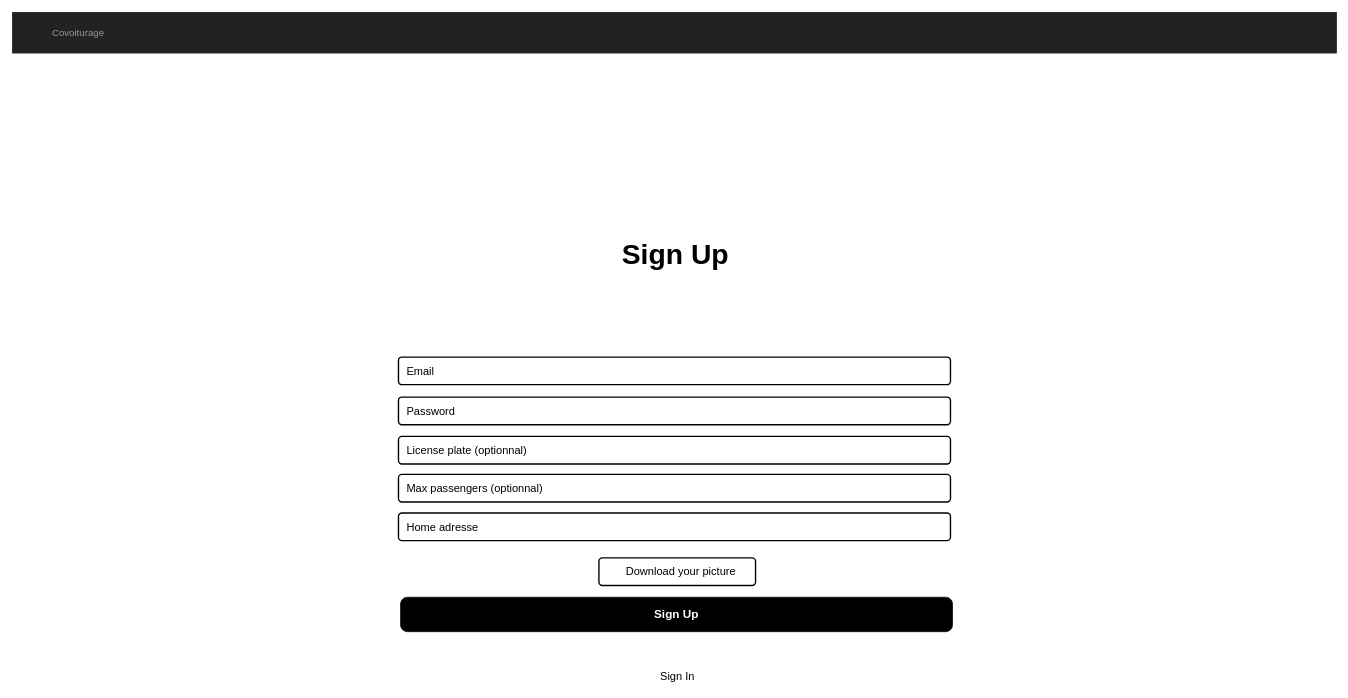
Before: page "Sign Up" (2 of 6) of mockup.drawio in jmimassi/Carpooling, a draw.io diagram. Source tidied: cells renumbered, new cells numbered last; positions are measured from the earlier drawing's top-left corner, leaving out a move shared by most shapes. Both pictures are drawn from the tidied source at 69%, with x=0, y=0 at pixel (12, 12).
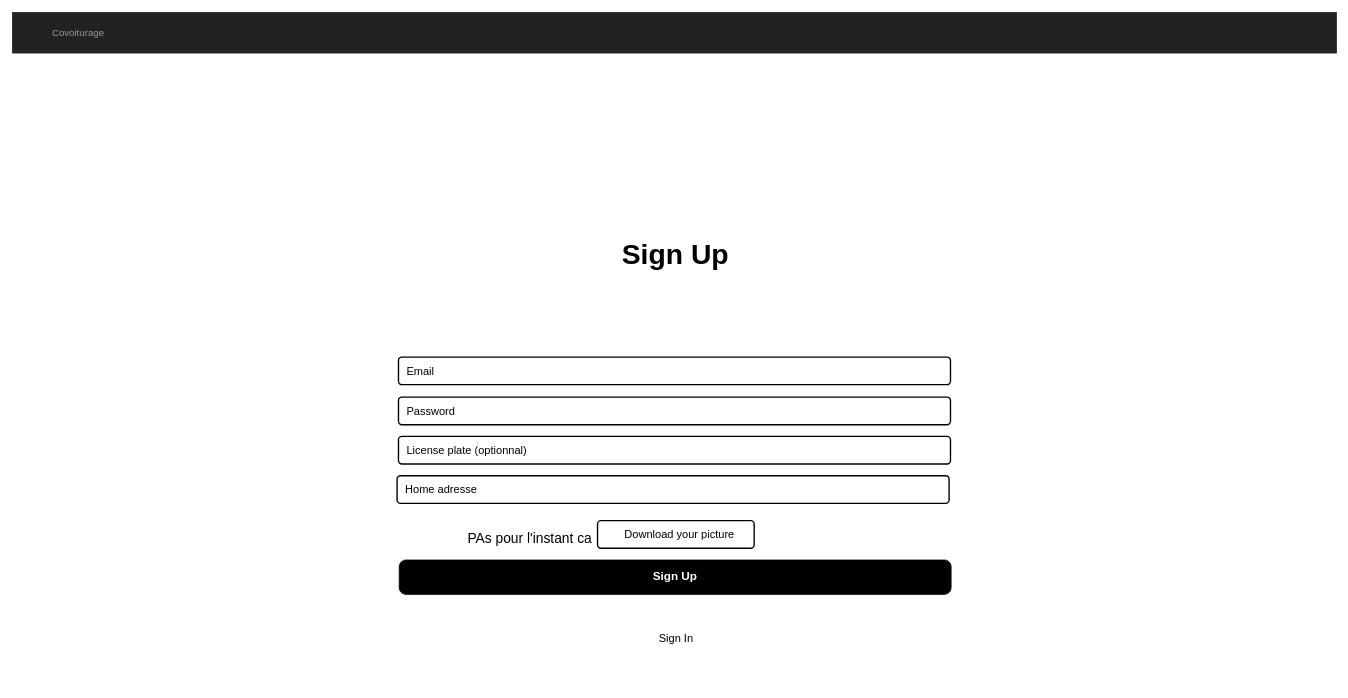
The same diagram, later.

Diff of the diagram source:
```diff
@@
 <mxGraphModel>
   <root>
     <mxCell id="0" />
     <mxCell id="1" parent="0" />
     <mxCell id="2" value="Email" style="html=1;shadow=0;dashed=0;shape=mxgraph.bootstrap.rrect;rSize=5;strokeColor=#000000;align=left;spacingLeft=10;fontSize=16;whiteSpace=wrap;rounded=0;strokeWidth=2;" parent="1" vertex="1">
       <mxGeometry x="560" y="500" width="800" height="40" as="geometry" />
     </mxCell>
     <mxCell id="3" value="Password" style="html=1;shadow=0;dashed=0;shape=mxgraph.bootstrap.rrect;rSize=5;strokeColor=#000000;align=left;spacingLeft=10;fontSize=16;whiteSpace=wrap;rounded=0;strokeWidth=2;" parent="1" vertex="1">
       <mxGeometry x="560" y="558" width="800" height="40" as="geometry" />
     </mxCell>
     <mxCell id="4" value="&lt;font color=&quot;#ffffff&quot;&gt;Sign Up&lt;/font&gt;" style="strokeWidth=1;shadow=0;dashed=0;align=center;html=1;shape=mxgraph.mockup.buttons.button;mainText=;buttonStyle=round;fontSize=17;fontStyle=1;whiteSpace=wrap;fillColor=#000000;" parent="1" vertex="1">
-      <mxGeometry x="563" y="848" width="800" height="50" as="geometry" />
+      <mxGeometry x="561" y="794" width="800" height="50" as="geometry" />
     </mxCell>
     <mxCell id="5" style="html=1;shadow=0;dashed=0;shape=mxgraph.bootstrap.rect;fillColor=#222222;strokeColor=none;whiteSpace=wrap;rounded=0;fontSize=12;fontColor=#000000;align=center;" parent="1" vertex="1">
       <mxGeometry width="1920" height="60" as="geometry" />
     </mxCell>
     <mxCell id="6" value="Covoiturage" style="html=1;shadow=0;dashed=0;fillColor=none;strokeColor=none;shape=mxgraph.bootstrap.rect;fontColor=#999999;fontSize=14;whiteSpace=wrap;" parent="5" vertex="1">
       <mxGeometry width="192" height="60" as="geometry" />
     </mxCell>
     <mxCell id="7" value="&lt;font style=&quot;font-size: 16px;&quot; color=&quot;#000000&quot;&gt;Sign In&lt;/font&gt;" style="text;html=1;align=center;verticalAlign=middle;strokeColor=none;fillColor=none;fontColor=#FFFFFF;" parent="1" vertex="1">
-      <mxGeometry x="930" y="946" width="68" height="31" as="geometry" />
+      <mxGeometry x="928" y="892" width="68" height="31" as="geometry" />
     </mxCell>
     <mxCell id="8" value="&lt;h2&gt;&lt;span style=&quot;font-size: 41px;&quot;&gt;Sign Up&lt;/span&gt;&lt;/h2&gt;" style="text;html=1;align=center;verticalAlign=middle;strokeColor=none;fillColor=none;fontSize=16;fontColor=#000000;" parent="1" vertex="1">
       <mxGeometry x="874" y="300" width="173" height="101" as="geometry" />
     </mxCell>
     <mxCell id="9" value="License plate (optionnal)" style="html=1;shadow=0;dashed=0;shape=mxgraph.bootstrap.rrect;rSize=5;strokeColor=#000000;align=left;spacingLeft=10;fontSize=16;whiteSpace=wrap;rounded=0;strokeWidth=2;" parent="1" vertex="1">
       <mxGeometry x="560" y="615" width="800" height="40" as="geometry" />
     </mxCell>
     <mxCell id="10" value="Home adresse" style="html=1;shadow=0;dashed=0;shape=mxgraph.bootstrap.rrect;rSize=5;strokeColor=#000000;align=left;spacingLeft=10;fontSize=16;whiteSpace=wrap;rounded=0;strokeWidth=2;" parent="1" vertex="1">
-      <mxGeometry x="560" y="726" width="800" height="40" as="geometry" />
+      <mxGeometry x="558" y="672" width="800" height="40" as="geometry" />
     </mxCell>
-    <mxCell id="11" value="Max passengers (optionnal)" style="html=1;shadow=0;dashed=0;shape=mxgraph.bootstrap.rrect;rSize=5;strokeColor=#000000;align=left;spacingLeft=10;fontSize=16;whiteSpace=wrap;rounded=0;strokeWidth=2;" parent="1" vertex="1">
-      <mxGeometry x="560" y="670" width="800" height="40" as="geometry" />
-    </mxCell>
     <mxCell id="12" value="Download your picture" style="html=1;shadow=0;dashed=0;shape=mxgraph.bootstrap.rrect;rSize=5;strokeColor=#000000;align=center;spacingLeft=10;fontSize=16;whiteSpace=wrap;rounded=0;strokeWidth=2;" parent="1" vertex="1">
-      <mxGeometry x="850.5" y="791" width="227" height="40" as="geometry" />
+      <mxGeometry x="848.5" y="737" width="227" height="40" as="geometry" />
     </mxCell>
+    <mxCell id="13" value="&lt;font style=&quot;font-size: 20px&quot;&gt;PAs pour l'instant ca&lt;/font&gt;" style="text;html=1;align=center;verticalAlign=middle;" parent="1" vertex="1">
+      <mxGeometry x="655" y="751" width="190" height="21" as="geometry" />
+    </mxCell>
   </root>
 </mxGraphModel>
```
